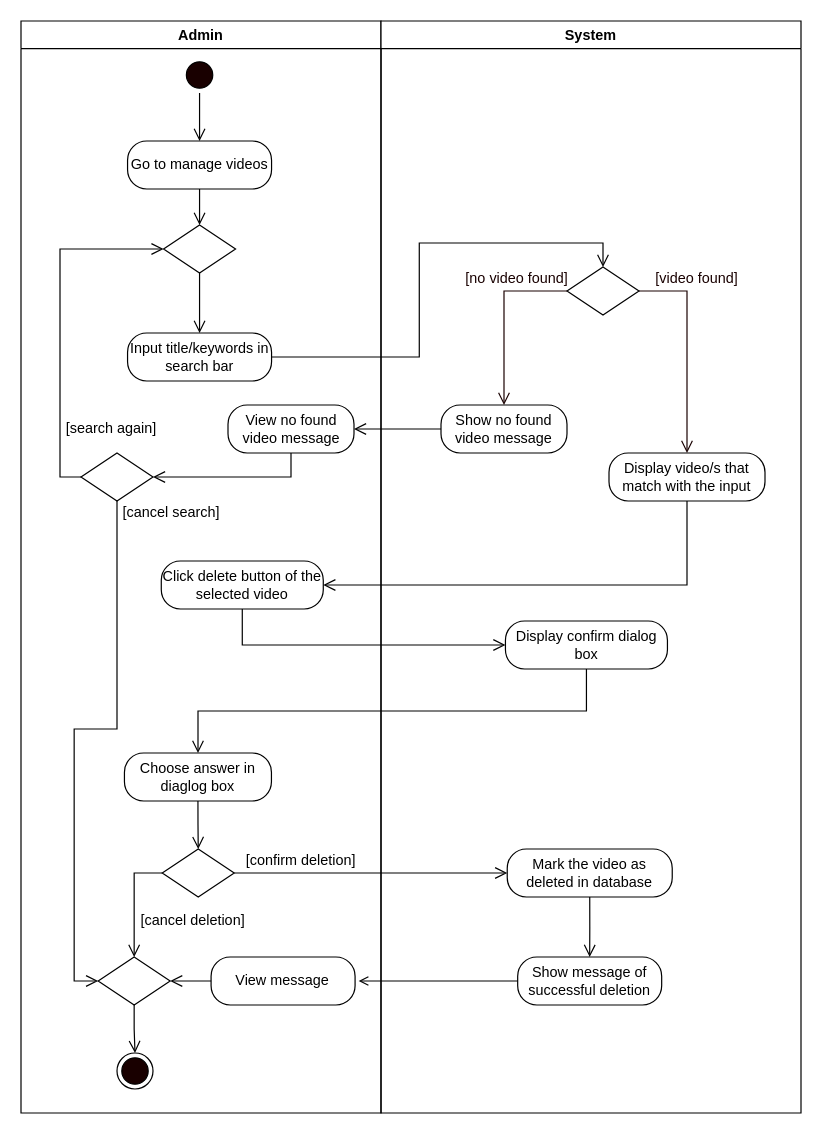
Above: page "Delete Video" (9 of 12) of REVISIONS/UML-DIAGRAMS/6-28-2021/ACTIVITY DIAGRAM/ACTIVITY DIAGRAM.drawio in mrklglsn/CAPSTONE-FILES (draw.io), before the change. Source tidied: cells renumbered, new cells numbered last; positions are measured from the earlier drawing's top-left corner, leaving out a move shared by most shapes. Both pictures are drawn from the tidied source at 120%, with x=0, y=0 at pixel (20, 20).
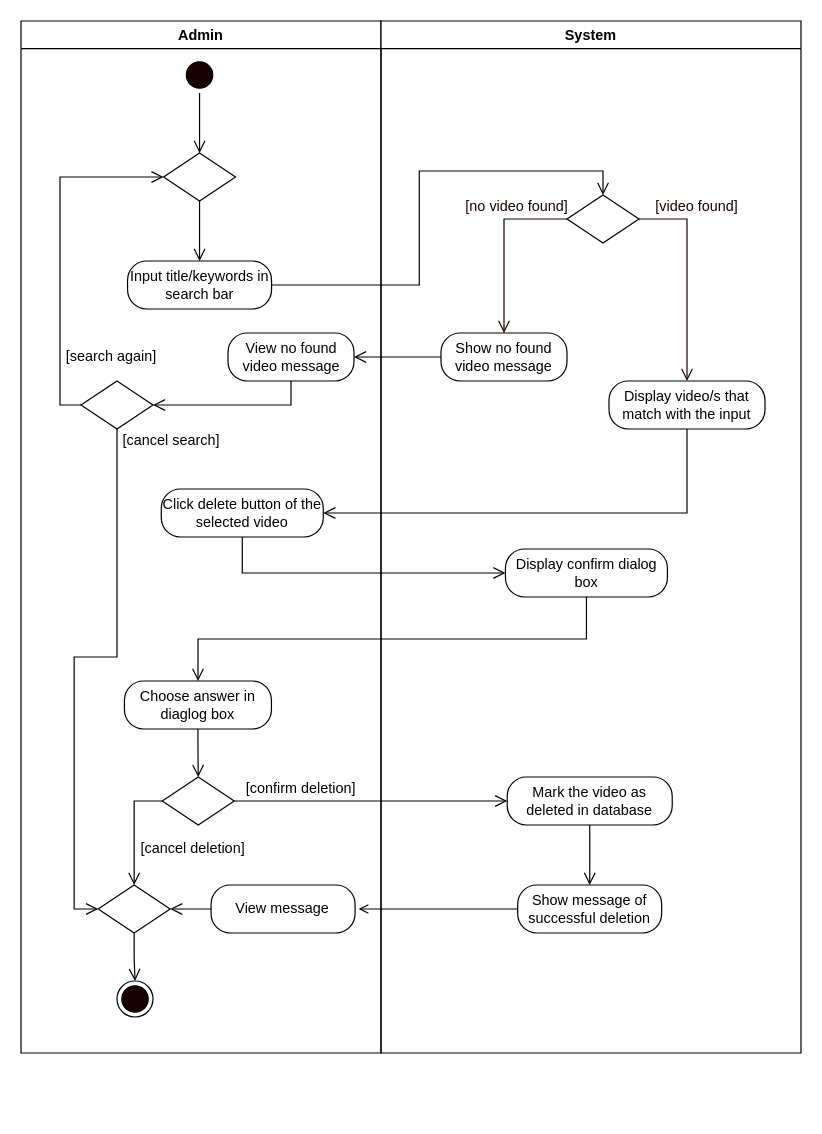
The same page after the edit.

Unchanged cells that the change refers to:
```xml
<mxCell id="9" style="ellipse;html=1;shape=startState;fillColor=#190000;" parent="2" vertex="1">
  <mxGeometry x="133.8" y="30" width="30" height="30" as="geometry" />
</mxCell>
```

What changed in the source:
```diff
@@
     <mxCell id="2" value="Admin" style="swimlane;startSize=23;" parent="1" vertex="1">
-      <mxGeometry width="300" height="910" as="geometry" />
+      <mxGeometry width="300" height="860" as="geometry" />
     </mxCell>
     <mxCell id="3" value="Choose answer in diaglog box" style="rounded=1;whiteSpace=wrap;html=1;arcSize=40;" parent="2" vertex="1">
-      <mxGeometry x="86.2" y="610" width="122.5" height="40" as="geometry" />
+      <mxGeometry x="86.2" y="550" width="122.5" height="40" as="geometry" />
     </mxCell>
     <mxCell id="4" style="ellipse;html=1;shape=endState;fillColor=#190000;" parent="2" vertex="1">
-      <mxGeometry x="80" y="860" width="30" height="30" as="geometry" />
+      <mxGeometry x="80" y="800" width="30" height="30" as="geometry" />
     </mxCell>
     <mxCell id="5" style="rhombus;whiteSpace=wrap;html=1;" parent="2" vertex="1">
-      <mxGeometry x="50" y="360" width="60" height="40" as="geometry" />
+      <mxGeometry x="50" y="300" width="60" height="40" as="geometry" />
     </mxCell>
     <mxCell id="6" value="[cancel search]" style="text;html=1;align=center;verticalAlign=middle;strokeColor=none;rotation=0;" parent="2" vertex="1">
-      <mxGeometry x="75" y="400" width="100" height="20" as="geometry" />
+      <mxGeometry x="75" y="340" width="100" height="20" as="geometry" />
     </mxCell>
-    <mxCell id="7" value="Go to manage videos" style="rounded=1;whiteSpace=wrap;html=1;arcSize=40;" parent="2" vertex="1">
-      <mxGeometry x="88.8" y="100" width="120" height="40" as="geometry" />
-    </mxCell>
-    <mxCell id="8" style="edgeStyle=orthogonalEdgeStyle;rounded=0;jettySize=auto;html=1;exitX=0.5;exitY=1;exitDx=0;exitDy=0;entryX=0.5;entryY=0;entryDx=0;entryDy=0;endArrow=open;endFill=0;endSize=8;" parent="2" edge="1" source="9" target="7">
-      <mxGeometry relative="1" as="geometry" />
-    </mxCell>
@@
     <mxCell id="10" value="[search again]" style="text;html=1;align=center;verticalAlign=middle;strokeColor=none;rotation=0;" parent="2" vertex="1">
-      <mxGeometry x="30" y="330" width="90" height="20" as="geometry" />
+      <mxGeometry x="30" y="270" width="90" height="20" as="geometry" />
     </mxCell>
     <mxCell id="11" value="Click delete button of the selected video" style="rounded=1;whiteSpace=wrap;html=1;arcSize=40;" parent="2" vertex="1">
-      <mxGeometry x="116.9" y="450" width="135" height="40" as="geometry" />
+      <mxGeometry x="116.9" y="390" width="135" height="40" as="geometry" />
     </mxCell>
     <mxCell id="12" value="System" style="swimlane;" parent="1" vertex="1">
-      <mxGeometry x="300" width="350" height="910" as="geometry" />
+      <mxGeometry x="300" width="350" height="860" as="geometry" />
     </mxCell>
     <mxCell id="13" value="Input title/keywords in search bar" style="rounded=1;whiteSpace=wrap;html=1;arcSize=40;" parent="12" vertex="1">
-      <mxGeometry x="-211.2" y="260" width="120" height="40" as="geometry" />
+      <mxGeometry x="-211.2" y="200" width="120" height="40" as="geometry" />
     </mxCell>
@@
     <mxCell id="15" style="rhombus;whiteSpace=wrap;html=1;" parent="12" vertex="1">
-      <mxGeometry x="-181.2" y="170" width="60" height="40" as="geometry" />
+      <mxGeometry x="-181.2" y="110" width="60" height="40" as="geometry" />
     </mxCell>
     <mxCell id="16" value="View no found video message" style="rounded=1;whiteSpace=wrap;html=1;arcSize=40;" parent="12" vertex="1">
-      <mxGeometry x="-127.5" y="320" width="105" height="40" as="geometry" />
+      <mxGeometry x="-127.5" y="260" width="105" height="40" as="geometry" />
     </mxCell>
     <mxCell id="17" style="rhombus;whiteSpace=wrap;html=1;" parent="12" vertex="1">
-      <mxGeometry x="155" y="205" width="60" height="40" as="geometry" />
+      <mxGeometry x="155" y="145" width="60" height="40" as="geometry" />
     </mxCell>
     <mxCell id="18" value="&lt;font color=&quot;#190000&quot;&gt;[video found]&lt;/font&gt;" style="text;html=1;align=center;verticalAlign=middle;strokeColor=none;fontColor=#FFFFFF;" parent="12" vertex="1">
-      <mxGeometry x="222.5" y="205" width="80" height="20" as="geometry" />
+      <mxGeometry x="222.5" y="145" width="80" height="20" as="geometry" />
     </mxCell>
     <mxCell id="19" value="&lt;font color=&quot;#190000&quot;&gt;[no video found]&lt;/font&gt;" style="text;html=1;align=center;verticalAlign=middle;strokeColor=none;fontColor=#FFFFFF;" parent="12" vertex="1">
-      <mxGeometry x="62.5" y="205" width="100" height="20" as="geometry" />
+      <mxGeometry x="62.5" y="145" width="100" height="20" as="geometry" />
     </mxCell>
     <mxCell id="20" value="Show no found video message" style="rounded=1;whiteSpace=wrap;html=1;arcSize=40;" parent="12" vertex="1">
-      <mxGeometry x="50" y="320" width="105" height="40" as="geometry" />
+      <mxGeometry x="50" y="260" width="105" height="40" as="geometry" />
     </mxCell>
     <mxCell id="21" value="Display video/s that match with the input" style="rounded=1;whiteSpace=wrap;html=1;arcSize=40;" parent="12" vertex="1">
-      <mxGeometry x="190" y="360" width="130" height="40" as="geometry" />
+      <mxGeometry x="190" y="300" width="130" height="40" as="geometry" />
     </mxCell>
@@
     <mxCell id="26" value="Display confirm dialog box" style="rounded=1;whiteSpace=wrap;html=1;arcSize=40;" parent="12" vertex="1">
-      <mxGeometry x="103.7" y="500" width="135" height="40" as="geometry" />
+      <mxGeometry x="103.7" y="440" width="135" height="40" as="geometry" />
     </mxCell>
     <mxCell id="27" value="View message" style="rounded=1;whiteSpace=wrap;html=1;arcSize=40;" parent="12" vertex="1">
-      <mxGeometry x="-141.6" y="780" width="120" height="40" as="geometry" />
+      <mxGeometry x="-141.6" y="720" width="120" height="40" as="geometry" />
     </mxCell>
     <mxCell id="28" style="rhombus;whiteSpace=wrap;html=1;" parent="12" vertex="1">
-      <mxGeometry x="-235.7" y="780" width="60" height="40" as="geometry" />
+      <mxGeometry x="-235.7" y="720" width="60" height="40" as="geometry" />
     </mxCell>
@@
     <mxCell id="30" value="[cancel deletion]" style="text;html=1;align=center;verticalAlign=middle;strokeColor=none;" parent="12" vertex="1">
-      <mxGeometry x="-207.4" y="740" width="100" height="20" as="geometry" />
+      <mxGeometry x="-207.4" y="680" width="100" height="20" as="geometry" />
     </mxCell>
     <mxCell id="31" style="rhombus;whiteSpace=wrap;html=1;" parent="12" vertex="1">
-      <mxGeometry x="-182.3" y="690" width="60" height="40" as="geometry" />
+      <mxGeometry x="-182.3" y="630" width="60" height="40" as="geometry" />
     </mxCell>
     <mxCell id="32" value="[confirm deletion]" style="text;html=1;align=center;verticalAlign=middle;strokeColor=none;" parent="12" vertex="1">
-      <mxGeometry x="-122.3" y="690" width="110" height="20" as="geometry" />
+      <mxGeometry x="-122.3" y="630" width="110" height="20" as="geometry" />
     </mxCell>
     <mxCell id="33" value="Mark the video as deleted in database" style="rounded=1;whiteSpace=wrap;html=1;arcSize=40;" parent="12" vertex="1">
-      <mxGeometry x="105.2" y="690" width="137.5" height="40" as="geometry" />
+      <mxGeometry x="105.2" y="630" width="137.5" height="40" as="geometry" />
     </mxCell>
     <mxCell id="34" value="Show message of successful deletion" style="rounded=1;whiteSpace=wrap;html=1;arcSize=40;" parent="12" vertex="1">
-      <mxGeometry x="113.9" y="780" width="120" height="40" as="geometry" />
+      <mxGeometry x="113.9" y="720" width="120" height="40" as="geometry" />
     </mxCell>
@@
     <mxCell id="36" style="edgeStyle=orthogonalEdgeStyle;rounded=0;jettySize=auto;html=1;exitX=0.5;exitY=1;exitDx=0;exitDy=0;endArrow=open;endFill=0;endSize=8;" parent="12" edge="1" source="33">
       <mxGeometry relative="1" as="geometry">
-        <mxPoint x="173.9" y="780" as="targetPoint" />
+        <mxPoint x="173.9" y="720" as="targetPoint" />
       </mxGeometry>
     </mxCell>
     <mxCell id="37" style="edgeStyle=orthogonalEdgeStyle;rounded=0;jettySize=auto;html=1;exitX=0;exitY=0.5;exitDx=0;exitDy=0;endArrow=open;endFill=0;" parent="12" edge="1" source="34">
       <mxGeometry relative="1" as="geometry">
-        <mxPoint x="-18.6" y="800" as="targetPoint" />
+        <mxPoint x="-18.6" y="740" as="targetPoint" />
       </mxGeometry>
     </mxCell>
@@
     <mxCell id="39" style="edgeStyle=orthogonalEdgeStyle;rounded=0;jettySize=auto;html=1;exitX=0;exitY=0.5;exitDx=0;exitDy=0;entryX=0;entryY=0.5;entryDx=0;entryDy=0;endArrow=open;endFill=0;endSize=8;" parent="1" edge="1" source="5" target="15">
       <mxGeometry relative="1" as="geometry">
         <Array as="points">
-          <mxPoint x="32.5" y="380" />
-          <mxPoint x="32.5" y="190" />
+          <mxPoint x="32.5" y="320" />
+          <mxPoint x="32.5" y="130" />
         </Array>
       </mxGeometry>
     </mxCell>
@@
-    <mxCell id="41" style="edgeStyle=orthogonalEdgeStyle;rounded=0;jettySize=auto;html=1;exitX=0.5;exitY=1;exitDx=0;exitDy=0;entryX=0.5;entryY=0;entryDx=0;entryDy=0;endArrow=open;endFill=0;endSize=8;" parent="1" edge="1" source="7" target="15">
-      <mxGeometry relative="1" as="geometry" />
-    </mxCell>
@@
+    <mxCell id="8" style="edgeStyle=orthogonalEdgeStyle;rounded=0;jettySize=auto;html=1;exitX=0.5;exitY=1;exitDx=0;exitDy=0;entryX=0.5;entryY=0;entryDx=0;entryDy=0;endArrow=open;endFill=0;endSize=8;" parent="1" edge="1" source="9" target="15">
+      <mxGeometry relative="1" as="geometry" />
+    </mxCell>
```
